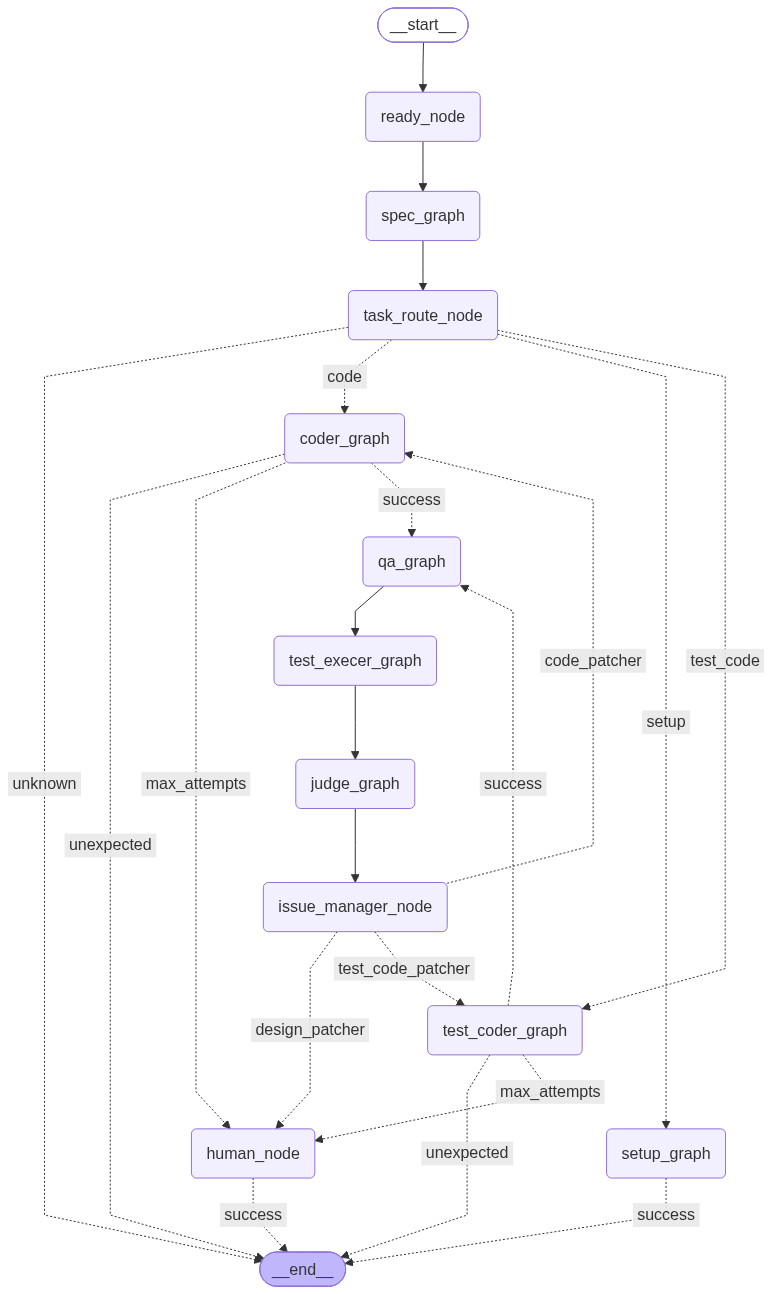
This is art/workflow.png from ddongzi/someai, a Mermaid export, as it was before one commit. Its source is kept beside it as art/workflow.mmd.
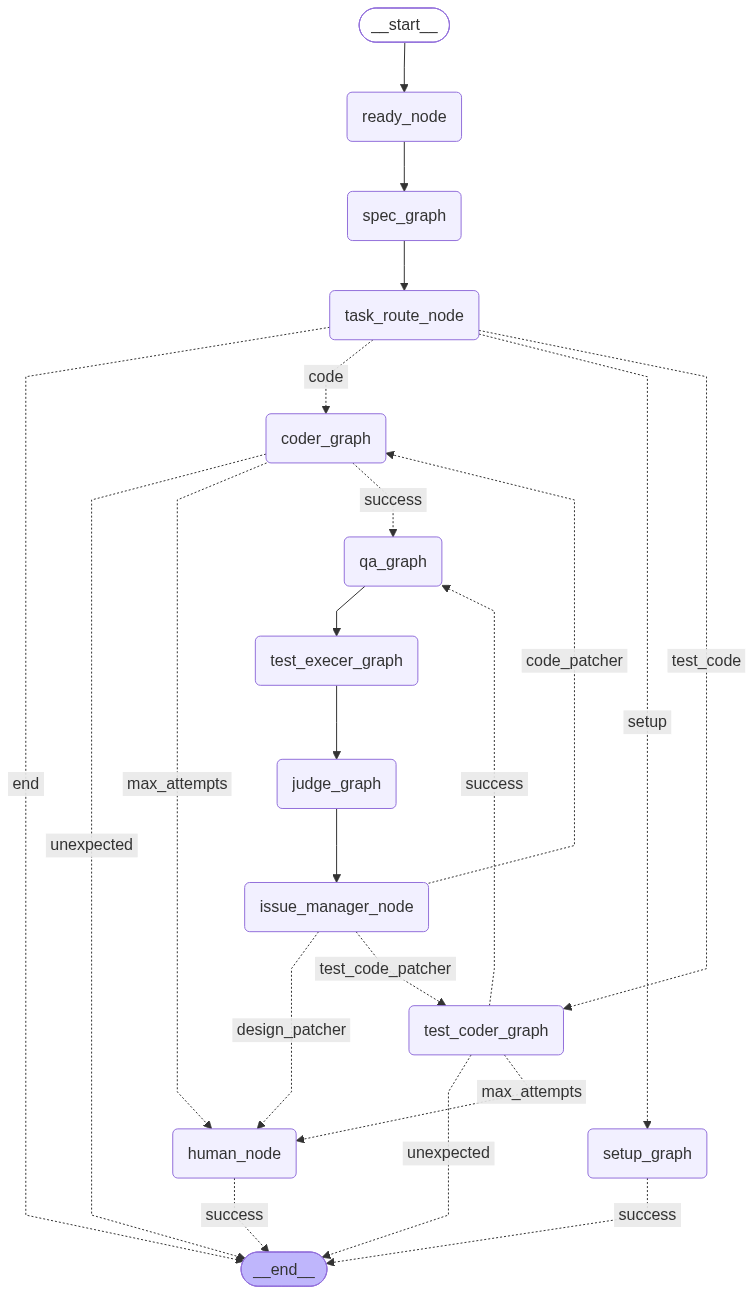
After the change.

What changed in the source:
```diff
@@ -30,7 +30,7 @@
 	ready_node --> spec_graph;
 	setup_graph -. &nbsp;success&nbsp; .-> __end__;
 	spec_graph --> task_route_node;
-	task_route_node -. &nbsp;unknown&nbsp; .-> __end__;
+	task_route_node -. &nbsp;end&nbsp; .-> __end__;
 	task_route_node -. &nbsp;code&nbsp; .-> coder_graph;
 	task_route_node -. &nbsp;setup&nbsp; .-> setup_graph;
 	task_route_node -. &nbsp;test_code&nbsp; .-> test_coder_graph;
```
